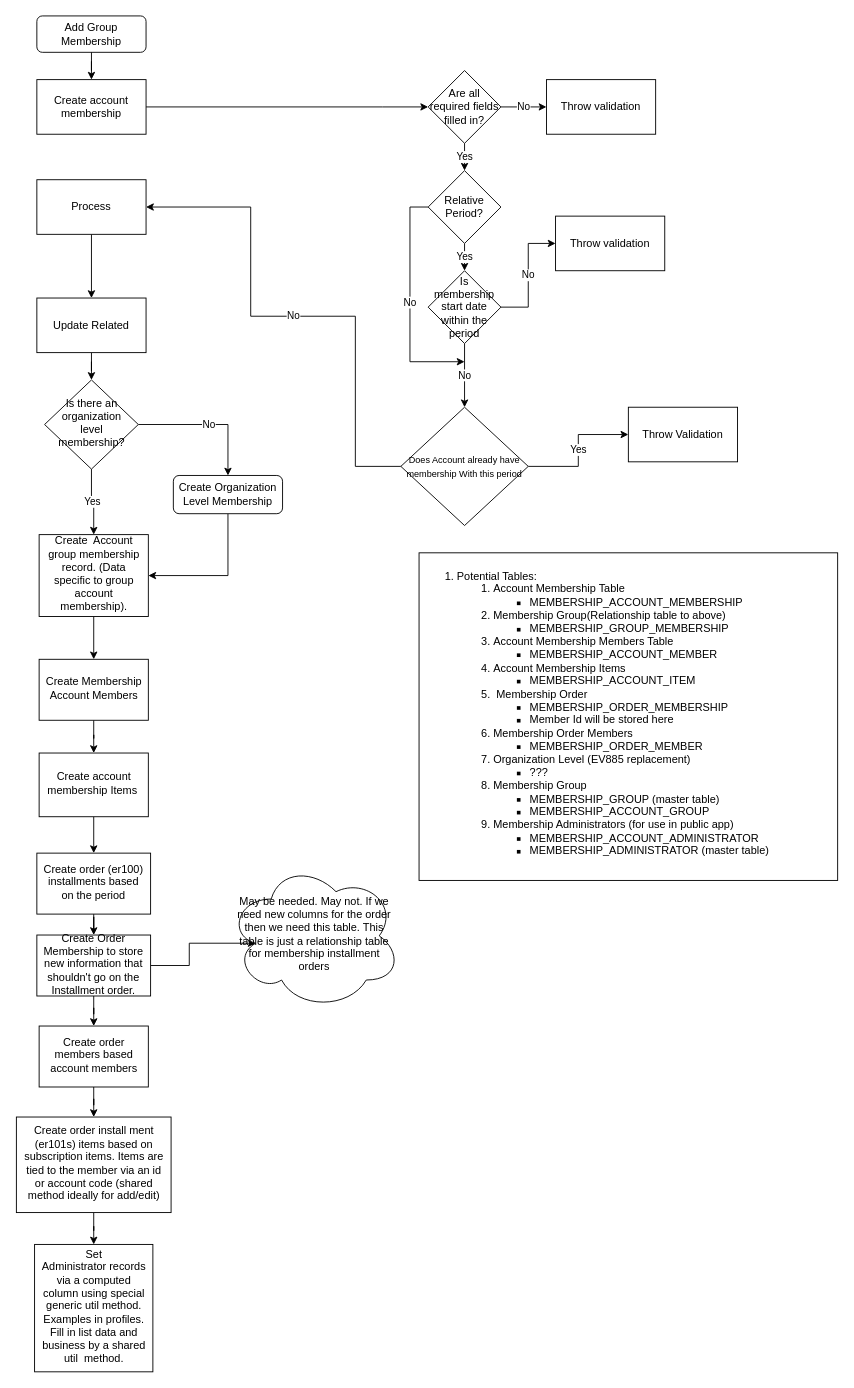
This is MembershipAddGroupMemberFlow.drawio from shelbyharris/Membership, a draw.io file, before an edit. Source tidied: cells renumbered, new cells numbered last; positions are measured from the earlier drawing's top-left corner, leaving out a move shared by most shapes. Both pictures are drawn from the tidied source at 91%, with x=0, y=0 at pixel (16, 15).
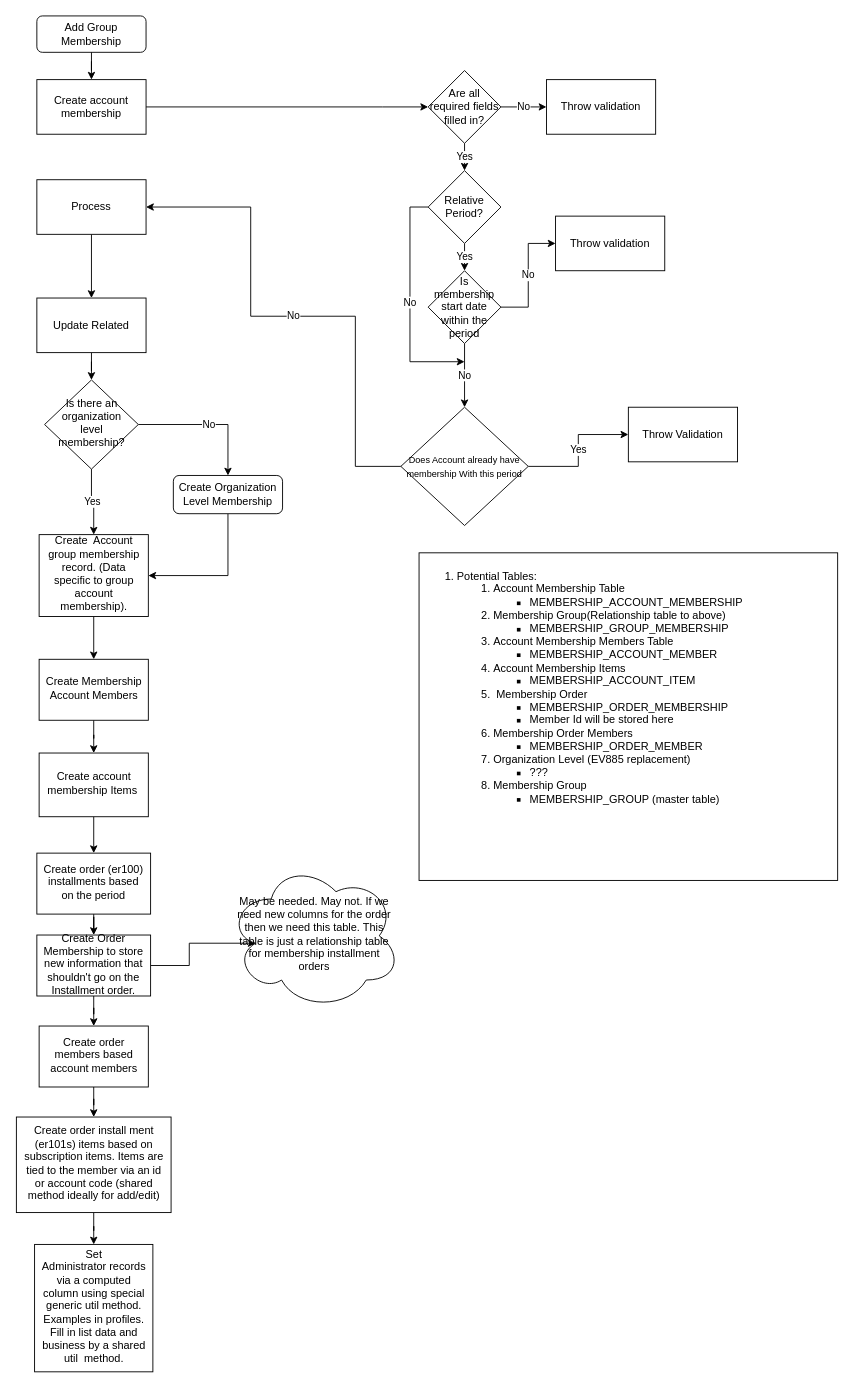
After the change.

The edit, as a diff of the source:
```diff
@@
-    <mxCell id="40" value="&lt;ol&gt;&lt;li&gt;Potential Tables:&lt;br&gt;&lt;ol&gt;&lt;li&gt;Account Membership Table&lt;br&gt;&lt;/li&gt;&lt;ul&gt;&lt;li&gt;MEMBERSHIP_ACCOUNT_MEMBERSHIP&lt;/li&gt;&lt;/ul&gt;&lt;li&gt;Membership Group(Relationship table to above)&lt;/li&gt;&lt;ul&gt;&lt;li&gt;MEMBERSHIP_GROUP_MEMBERSHIP&lt;/li&gt;&lt;/ul&gt;&lt;li&gt;Account Membership Members Table&lt;/li&gt;&lt;ul&gt;&lt;li&gt;MEMBERSHIP_ACCOUNT_MEMBER&lt;/li&gt;&lt;/ul&gt;&lt;li&gt;Account Membership Items&lt;/li&gt;&lt;ul&gt;&lt;li&gt;MEMBERSHIP_ACCOUNT_ITEM&lt;/li&gt;&lt;/ul&gt;&lt;li&gt;&amp;nbsp;Membership Order&lt;/li&gt;&lt;ul&gt;&lt;li&gt;MEMBERSHIP_ORDER_MEMBERSHIP&lt;/li&gt;&lt;li&gt;Member Id will be stored here&lt;/li&gt;&lt;/ul&gt;&lt;li&gt;Membership Order Members&lt;/li&gt;&lt;ul&gt;&lt;li&gt;MEMBERSHIP_ORDER_MEMBER&lt;/li&gt;&lt;/ul&gt;&lt;li&gt;Organization Level (EV885 replacement)&lt;/li&gt;&lt;ul&gt;&lt;li&gt;???&lt;/li&gt;&lt;/ul&gt;&lt;li&gt;Membership Group&lt;/li&gt;&lt;ul&gt;&lt;li&gt;MEMBERSHIP_GROUP (master table)&lt;/li&gt;&lt;li&gt;MEMBERSHIP_ACCOUNT_GROUP&lt;/li&gt;&lt;/ul&gt;&lt;li&gt;Membership Administrators (for use in public app)&lt;/li&gt;&lt;ul&gt;&lt;li&gt;MEMBERSHIP_ACCOUNT_ADMINISTRATOR&lt;/li&gt;&lt;li&gt;MEMBERSHIP_ADMINISTRATOR (master table)&lt;/li&gt;&lt;/ul&gt;&lt;/ol&gt;&lt;/li&gt;&lt;/ol&gt;" style="rounded=0;whiteSpace=wrap;html=1;align=left;horizontal=1;verticalAlign=top;" parent="1" vertex="1">
+    <mxCell id="40" value="&lt;ol&gt;&lt;li&gt;Potential Tables:&lt;br&gt;&lt;ol&gt;&lt;li&gt;Account Membership Table&lt;br&gt;&lt;/li&gt;&lt;ul&gt;&lt;li&gt;MEMBERSHIP_ACCOUNT_MEMBERSHIP&lt;/li&gt;&lt;/ul&gt;&lt;li&gt;Membership Group(Relationship table to above)&lt;/li&gt;&lt;ul&gt;&lt;li&gt;MEMBERSHIP_GROUP_MEMBERSHIP&lt;/li&gt;&lt;/ul&gt;&lt;li&gt;Account Membership Members Table&lt;/li&gt;&lt;ul&gt;&lt;li&gt;MEMBERSHIP_ACCOUNT_MEMBER&lt;/li&gt;&lt;/ul&gt;&lt;li&gt;Account Membership Items&lt;/li&gt;&lt;ul&gt;&lt;li&gt;MEMBERSHIP_ACCOUNT_ITEM&lt;/li&gt;&lt;/ul&gt;&lt;li&gt;&amp;nbsp;Membership Order&lt;/li&gt;&lt;ul&gt;&lt;li&gt;MEMBERSHIP_ORDER_MEMBERSHIP&lt;/li&gt;&lt;li&gt;Member Id will be stored here&lt;/li&gt;&lt;/ul&gt;&lt;li&gt;Membership Order Members&lt;/li&gt;&lt;ul&gt;&lt;li&gt;MEMBERSHIP_ORDER_MEMBER&lt;/li&gt;&lt;/ul&gt;&lt;li&gt;Organization Level (EV885 replacement)&lt;/li&gt;&lt;ul&gt;&lt;li&gt;???&lt;/li&gt;&lt;/ul&gt;&lt;li&gt;Membership Group&lt;/li&gt;&lt;ul&gt;&lt;li&gt;MEMBERSHIP_GROUP (master table)&lt;/li&gt;&lt;/ul&gt;&lt;/ol&gt;&lt;/li&gt;&lt;/ol&gt;" style="rounded=0;whiteSpace=wrap;html=1;align=left;horizontal=1;verticalAlign=top;" parent="1" vertex="1">
       <mxGeometry x="442" y="590" width="460" height="360" as="geometry" />
     </mxCell>
```
